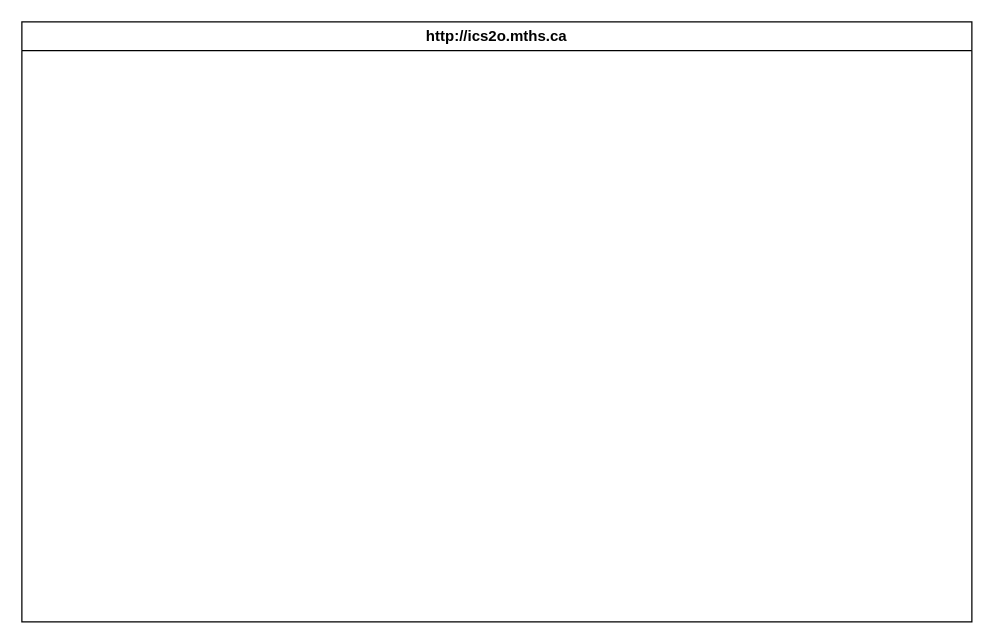
MTHS-ICD2O-1-2023/ICD2O-Unit-3-03-Adam-Batiuk keeps this draw.io diagram as design/storyboard.drawio. Above is the earlier version. Source tidied: cells renumbered, new cells numbered last; positions are measured from the earlier drawing's top-left corner, leaving out a move shared by most shapes. Both pictures are drawn from the tidied source at 125%, with x=0, y=0 at pixel (21, 21).
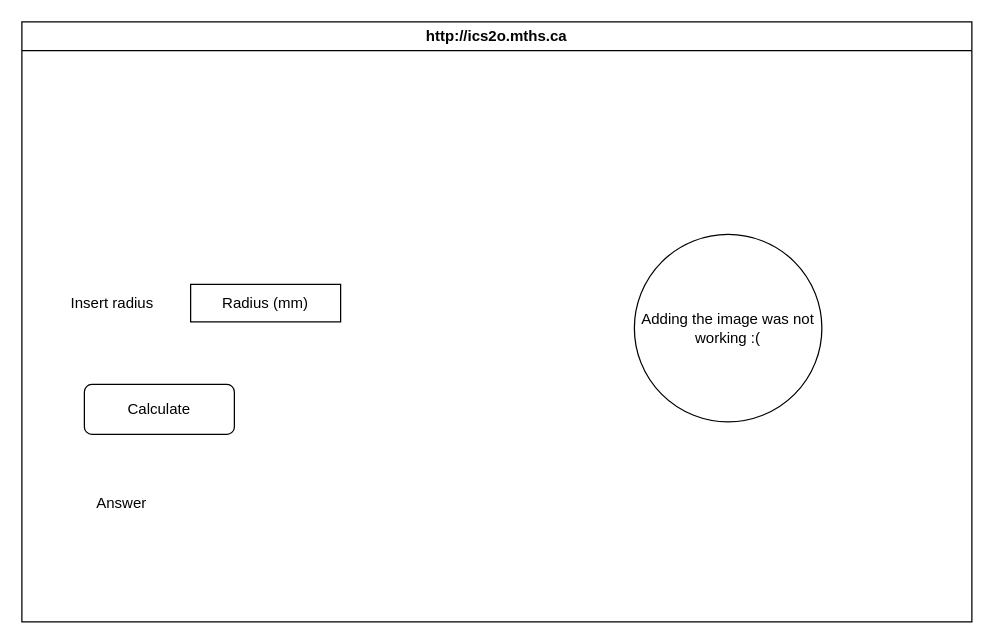
The same diagram, later.

The edit, as a diff of the source:
```diff
@@
 <mxGraphModel>
   <root>
     <mxCell id="0" />
     <mxCell id="1" parent="0" />
     <mxCell id="2" value="http://ics2o.mths.ca" style="swimlane;whiteSpace=wrap;html=1;" parent="1" vertex="1">
       <mxGeometry width="760" height="480" as="geometry" />
     </mxCell>
+    <mxCell id="3" value="Adding the image was not working :(" style="ellipse;whiteSpace=wrap;html=1;" parent="2" vertex="1">
+      <mxGeometry x="490" y="170" width="150" height="150" as="geometry" />
+    </mxCell>
+    <mxCell id="4" value="Radius (mm)" style="rounded=0;whiteSpace=wrap;html=1;" parent="2" vertex="1">
+      <mxGeometry x="135" y="210" width="120" height="30" as="geometry" />
+    </mxCell>
+    <mxCell id="5" value="Insert radius" style="text;html=1;strokeColor=none;fillColor=none;align=center;verticalAlign=middle;whiteSpace=wrap;rounded=0;" parent="2" vertex="1">
+      <mxGeometry x="35" y="210" width="75" height="30" as="geometry" />
+    </mxCell>
+    <mxCell id="6" value="Answer" style="text;html=1;strokeColor=none;fillColor=none;align=center;verticalAlign=middle;whiteSpace=wrap;rounded=0;" parent="2" vertex="1">
+      <mxGeometry x="50" y="370" width="60" height="30" as="geometry" />
+    </mxCell>
+    <mxCell id="7" value="Calculate" style="rounded=1;whiteSpace=wrap;html=1;" parent="2" vertex="1">
+      <mxGeometry x="50" y="290" width="120" height="40" as="geometry" />
+    </mxCell>
   </root>
 </mxGraphModel>
```
